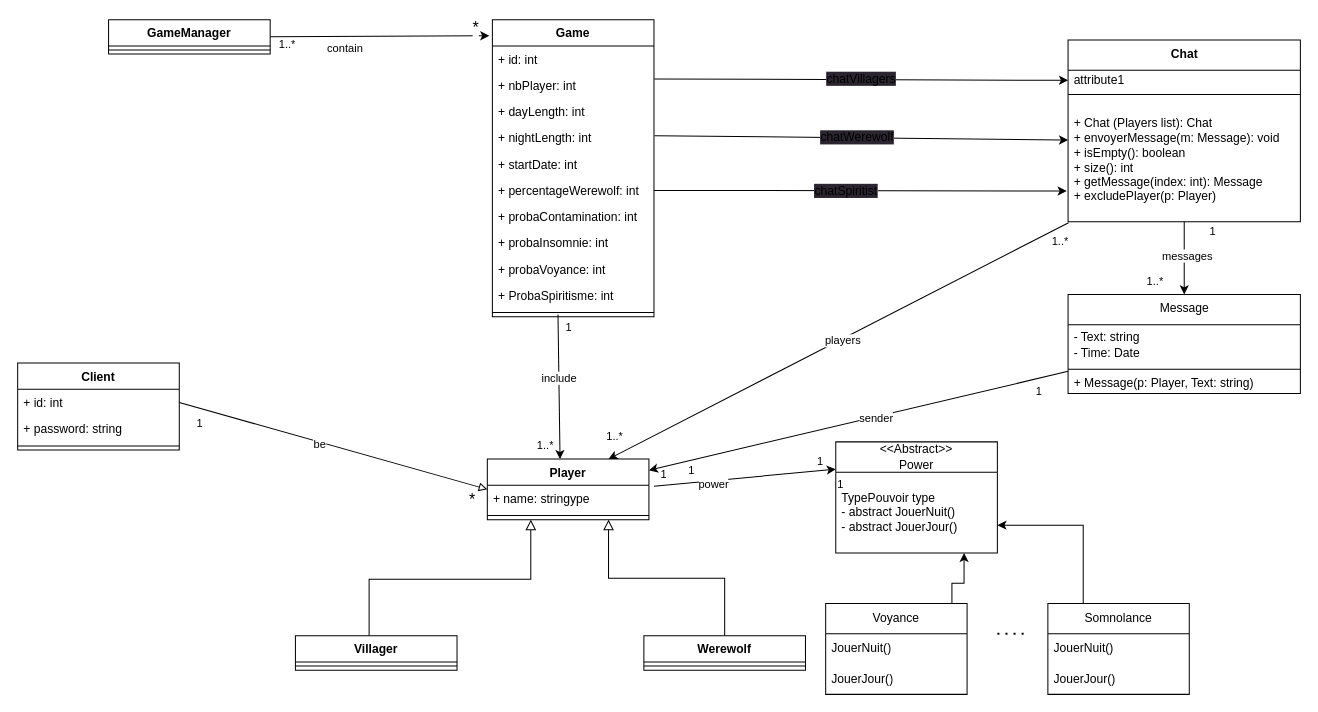
The draw.io diagram documentation/server/diagramme_de_classes_jeu.drawio in gfhuth/werewolf, before the edit. Source tidied: cells renumbered, new cells numbered last; positions are measured from the earlier drawing's top-left corner, leaving out a move shared by most shapes. Both pictures are drawn from the tidied source at 101%, with x=0, y=0 at pixel (17, 19).
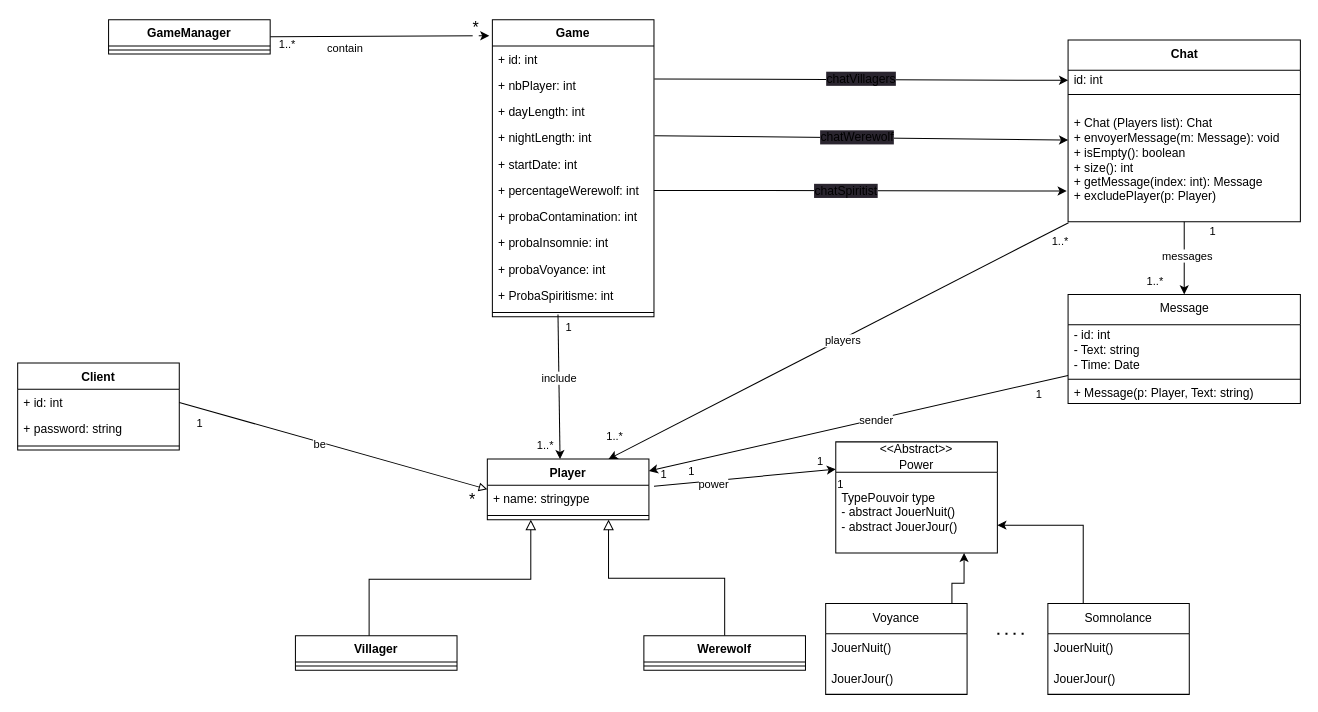
The same diagram, later.

Commit message (it also covers changes not shown here):
Chat - classes criation

Unchanged cells that the change refers to:
```xml
<mxCell id="71" value="&lt;b&gt;Chat&lt;/b&gt;" style="swimlane;fontStyle=0;align=center;verticalAlign=top;horizontal=1;startSize=30;html=1;" parent="1" vertex="1">
  <mxGeometry x="1040" y="20" width="230" height="180" as="geometry" />
</mxCell>
```

What changed in the source:
```diff
@@
     <mxCell id="61" value="Message" style="swimlane;fontStyle=0;align=center;verticalAlign=top;horizontal=1;startSize=30;html=1;" parent="1" vertex="1">
-      <mxGeometry x="1040" y="272" width="230" height="98" as="geometry" />
+      <mxGeometry x="1040" y="272" width="230" height="108" as="geometry" />
     </mxCell>
-    <mxCell id="62" value="- Text: string&lt;br&gt;- Time: Date&amp;nbsp;" style="text;html=1;strokeColor=none;fillColor=none;align=left;verticalAlign=middle;spacingLeft=4;spacingRight=4;overflow=hidden;" parent="61" vertex="1">
-      <mxGeometry y="30" width="230" height="40" as="geometry" />
+    <mxCell id="62" value="- id: int&lt;br&gt;- Text: string&lt;br&gt;- Time: Date&amp;nbsp;" style="text;html=1;strokeColor=none;fillColor=none;align=left;verticalAlign=middle;spacingLeft=4;spacingRight=4;overflow=hidden;" parent="61" vertex="1">
+      <mxGeometry y="30" width="230" height="50" as="geometry" />
     </mxCell>
     <mxCell id="63" style="line;strokeWidth=1;fillColor=none;align=left;verticalAlign=middle;spacingTop=-1;spacingLeft=3;spacingRight=3;labelPosition=right;" parent="61" vertex="1">
-      <mxGeometry y="70" width="230" height="8" as="geometry" />
+      <mxGeometry y="80" width="230" height="8" as="geometry" />
     </mxCell>
     <mxCell id="64" value="+ Message(p: Player, Text: string)" style="text;html=1;strokeColor=none;fillColor=none;align=left;verticalAlign=middle;spacingLeft=4;spacingRight=4;overflow=hidden;" parent="61" vertex="1">
-      <mxGeometry y="78" width="230" height="20" as="geometry" />
+      <mxGeometry y="88" width="230" height="20" as="geometry" />
     </mxCell>
@@
-    <mxCell id="72" value="attribute1" style="text;html=1;strokeColor=none;fillColor=none;align=left;verticalAlign=middle;spacingLeft=4;spacingRight=4;overflow=hidden;points=[[0,0.5],[1,0.5]];portConstraint=eastwest;" parent="71" vertex="1">
+    <mxCell id="72" value="id: int" style="text;html=1;strokeColor=none;fillColor=none;align=left;verticalAlign=middle;spacingLeft=4;spacingRight=4;overflow=hidden;points=[[0,0.5],[1,0.5]];portConstraint=eastwest;" parent="71" vertex="1">
       <mxGeometry y="30" width="230" height="20" as="geometry" />
     </mxCell>
```
